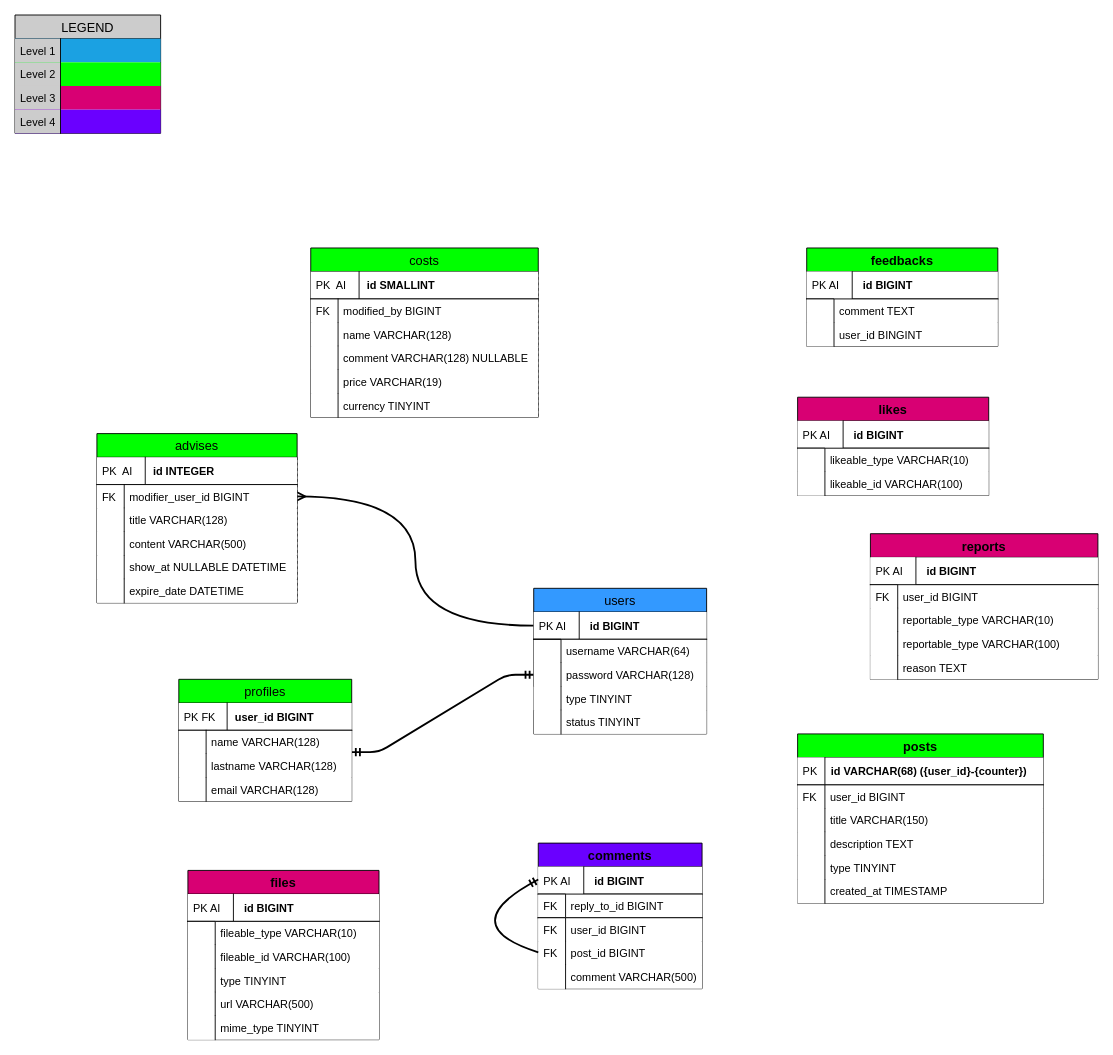
The draw.io diagram database/db.drawio in Binaretech/ugma-today-api, before the edit. Source tidied: cells renumbered, new cells numbered last; positions are measured from the earlier drawing's top-left corner, leaving out a move shared by most shapes. Both pictures are drawn from the tidied source at 91%, with x=0, y=0 at pixel (15, 15).
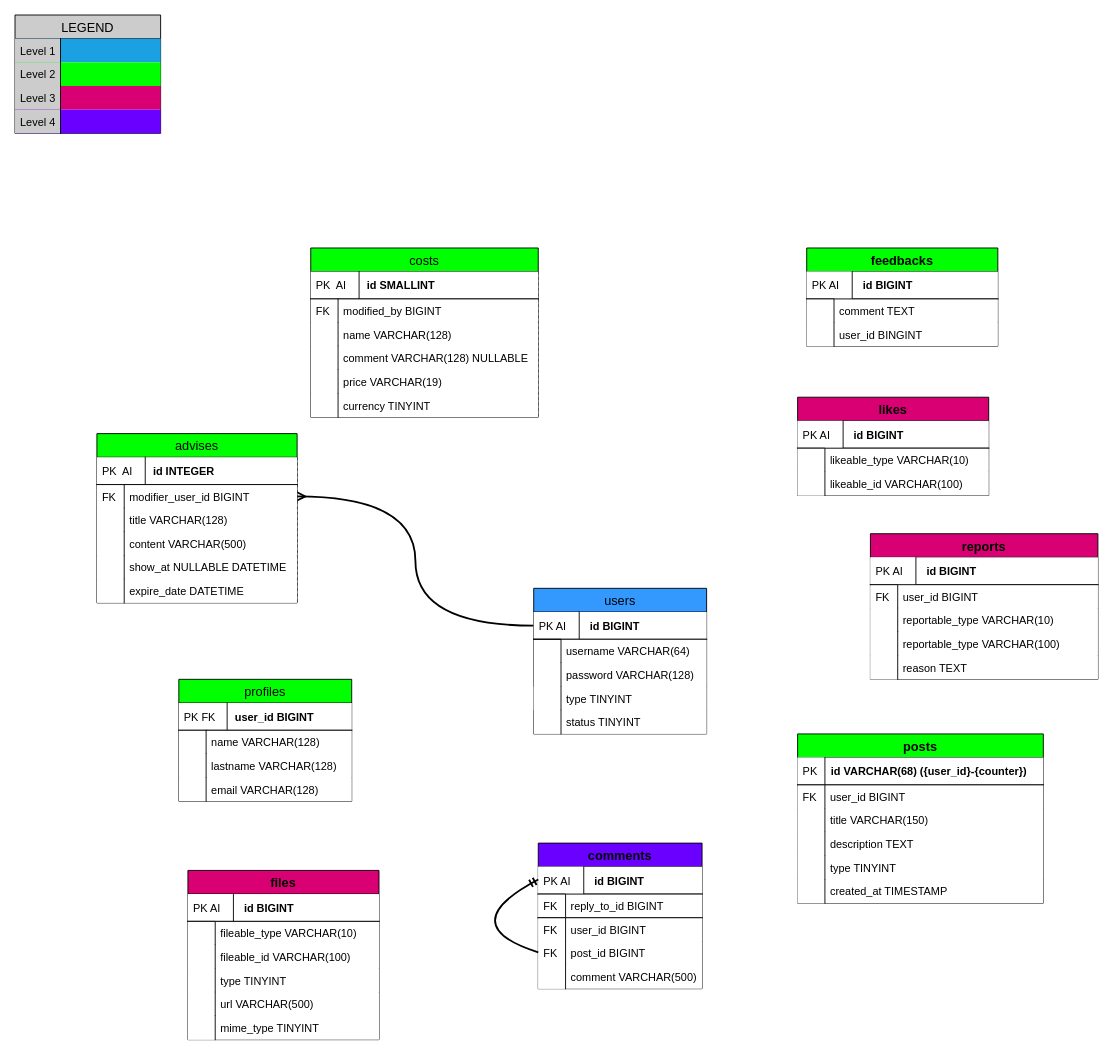
The same diagram, later.

Unchanged cells that the change refers to:
```xml
<mxCell id="13" value="lastname VARCHAR(128)" style="shape=partialRectangle;top=0;left=0;right=0;bottom=0;align=left;verticalAlign=top;fillColor=#ffffff;spacingLeft=34;spacingRight=4;overflow=hidden;points=[[0,0.5],[1,0.5]];portConstraint=eastwest;fontSize=12;fontColor=#000000;strokeColor=#000000;fontStyle=0;" parent="8" vertex="1">
  <mxGeometry y="82" width="190" height="26" as="geometry" />
</mxCell>
<mxCell id="86" value="password VARCHAR(128)" style="shape=partialRectangle;top=0;left=0;right=0;bottom=0;align=left;verticalAlign=top;fillColor=#ffffff;spacingLeft=34;spacingRight=4;overflow=hidden;points=[[0,0.5],[1,0.5]];portConstraint=eastwest;fontSize=12;fontColor=#000000;strokeColor=#000000;fontStyle=0;" parent="81" vertex="1">
  <mxGeometry y="82" width="190" height="26" as="geometry" />
</mxCell>
```

Diff of the diagram source:
```diff
@@
-    <mxCell id="2" style="edgeStyle=entityRelationEdgeStyle;fontSize=12;html=1;endArrow=ERmandOne;startArrow=ERmandOne;strokeColor=#000000;strokeWidth=2;entryX=0;entryY=0.5;entryDx=0;entryDy=0;exitX=1;exitY=-0.077;exitDx=0;exitDy=0;exitPerimeter=0;fontStyle=0;fontColor=#000000;" parent="1" edge="1" source="13" target="86">
+    <mxCell id="2" style="edgeStyle=entityRelationEdgeStyle;fontSize=12;html=1;endArrow=ERmandOne;startArrow=ERmandOne;strokeColor=#FFFFFF;strokeWidth=2;entryX=0;entryY=0.5;entryDx=0;entryDy=0;exitX=1;exitY=-0.077;exitDx=0;exitDy=0;exitPerimeter=0;fontStyle=0;fontColor=#000000;" parent="1" edge="1" source="13" target="86">
       <mxGeometry relative="1" as="geometry" />
     </mxCell>
```
